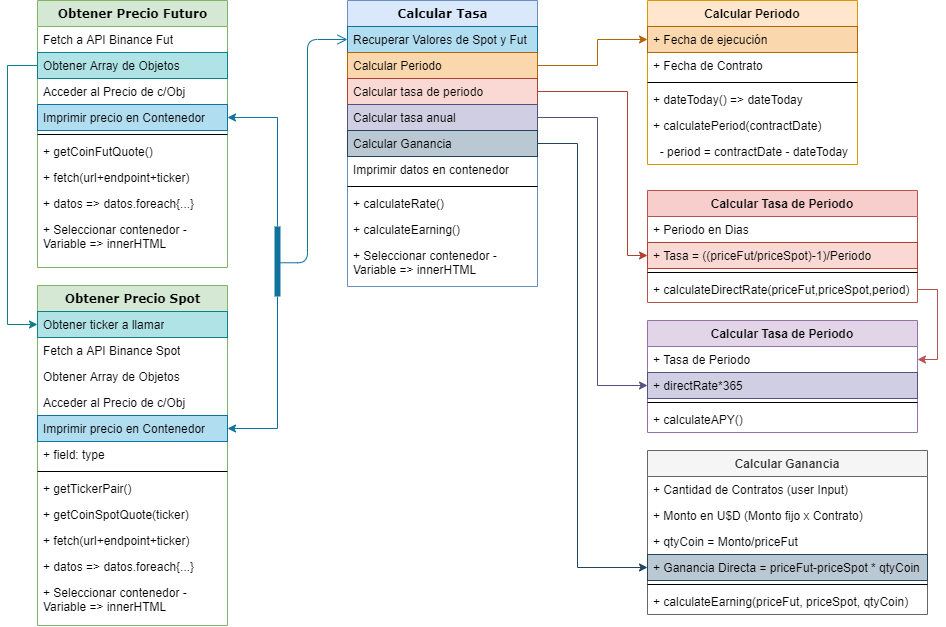
Earlier version of the draw.io export Flujo de logica.png (frepetti/Crypto-Tracker). Source tidied: cells renumbered, new cells last; positions are measured from the earlier drawing's top-left corner, leaving out a move shared by most shapes.
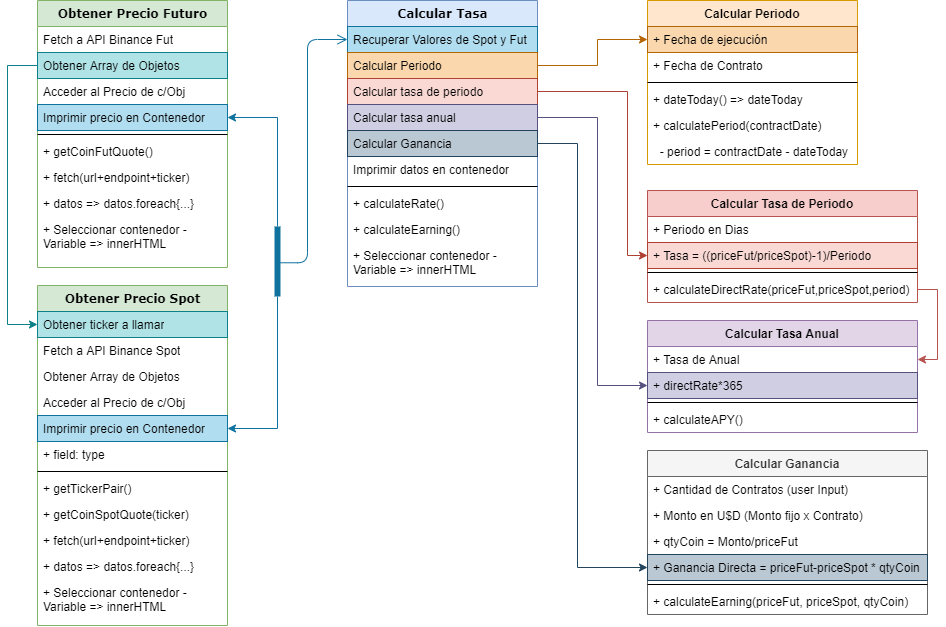
After the commit.

Commit message:
Agregué lógica de periodo y tasa

What changed in the source:
```diff
@@ -187,10 +187,10 @@
         </Array>
       </mxGeometry>
     </mxCell>
-    <mxCell id="55" value="Calcular Tasa de Periodo" style="swimlane;fontStyle=1;align=center;verticalAlign=top;horizontal=1;startSize=26;fillColor=#e1d5e7;strokeColor=#9673a6;" parent="1" vertex="1">
+    <mxCell id="55" value="Calcular Tasa Anual" style="swimlane;fontStyle=1;align=center;verticalAlign=top;horizontal=1;startSize=26;fillColor=#e1d5e7;strokeColor=#9673a6;" parent="1" vertex="1">
       <mxGeometry x="640" y="320" width="270" height="112" as="geometry" />
     </mxCell>
-    <mxCell id="56" value="+ Tasa de Periodo" style="text;strokeColor=none;fillColor=none;align=left;verticalAlign=top;spacingLeft=4;spacingRight=4;overflow=hidden;points=[[0,0.5],[1,0.5]];portConstraint=eastwest;" parent="55" vertex="1">
+    <mxCell id="56" value="+ Tasa de Anual" style="text;strokeColor=none;fillColor=none;align=left;verticalAlign=top;spacingLeft=4;spacingRight=4;overflow=hidden;points=[[0,0.5],[1,0.5]];portConstraint=eastwest;" parent="55" vertex="1">
       <mxGeometry y="26" width="270" height="26" as="geometry" />
     </mxCell>
     <mxCell id="57" value="+ directRate*365" style="text;strokeColor=#56517e;fillColor=#d0cee2;align=left;verticalAlign=top;spacingLeft=4;spacingRight=4;overflow=hidden;points=[[0,0.5],[1,0.5]];portConstraint=eastwest;" parent="55" vertex="1">
```
